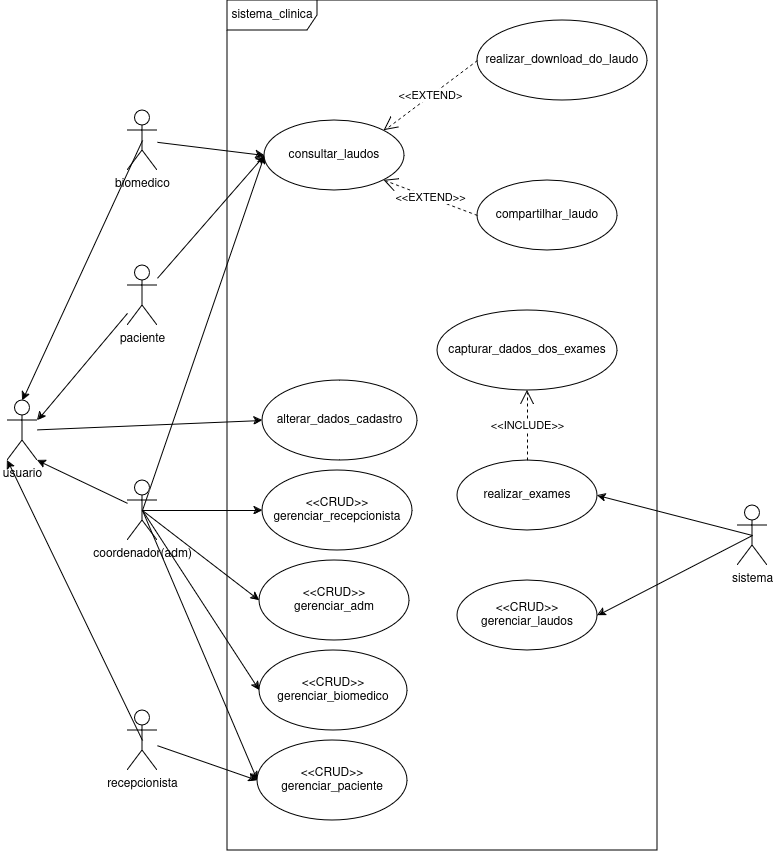
The draw.io diagram docs/img/diagramas/caso_de_uso.png in UniFil-NPI/ProjetoAnalisesClinicas, before a commit. Source tidied: cells renumbered, new cells last; positions are measured from the earlier drawing's top-left corner, leaving out a move shared by most shapes.
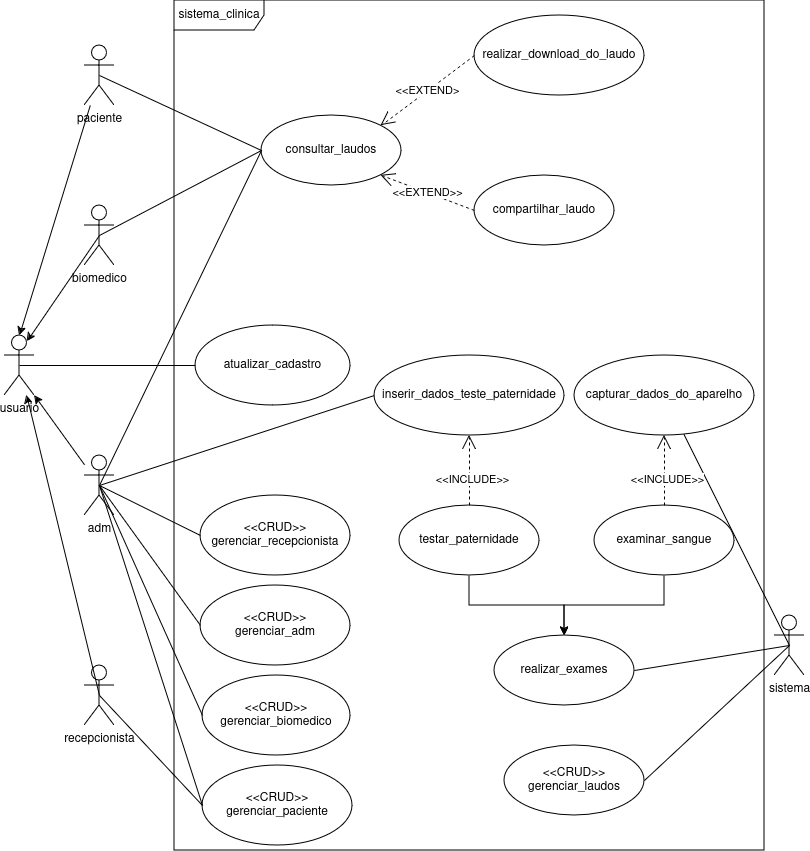
Later version of the same file.

What changed in the source:
```diff
@@ -2,74 +2,47 @@
   <root>
     <mxCell id="0" />
     <mxCell id="1" parent="0" />
-    <mxCell id="2" style="edgeStyle=none;rounded=0;jettySize=auto;html=1;entryX=0;entryY=0.5;entryDx=0;entryDy=0;" parent="1" edge="1" source="3" target="17">
-      <mxGeometry relative="1" as="geometry" />
-    </mxCell>
     <mxCell id="3" value="paciente" style="shape=umlActor;verticalLabelPosition=bottom;verticalAlign=top;html=1;labelBackgroundColor=none;shadow=0;" parent="1" vertex="1">
-      <mxGeometry x="120" y="265" width="30" height="60" as="geometry" />
+      <mxGeometry x="80" y="50" width="30" height="60" as="geometry" />
     </mxCell>
-    <mxCell id="4" style="edgeStyle=none;rounded=0;jettySize=auto;html=1;entryX=0;entryY=0.5;entryDx=0;entryDy=0;" parent="1" edge="1" source="5" target="18">
-      <mxGeometry relative="1" as="geometry" />
-    </mxCell>
     <mxCell id="5" value="recepcionista" style="shape=umlActor;verticalLabelPosition=bottom;verticalAlign=top;html=1;" parent="1" vertex="1">
-      <mxGeometry x="120" y="710" width="30" height="60" as="geometry" />
+      <mxGeometry x="80" y="670" width="30" height="60" as="geometry" />
     </mxCell>
-    <mxCell id="6" style="rounded=0;jettySize=auto;html=1;exitX=0.5;exitY=0.5;exitDx=0;exitDy=0;exitPerimeter=0;entryX=0;entryY=0.5;entryDx=0;entryDy=0;" parent="1" edge="1" source="11" target="17">
-      <mxGeometry relative="1" as="geometry" />
-    </mxCell>
-    <mxCell id="7" style="edgeStyle=none;rounded=0;jettySize=auto;html=1;exitX=0.5;exitY=0.5;exitDx=0;exitDy=0;exitPerimeter=0;entryX=0;entryY=0.5;entryDx=0;entryDy=0;" parent="1" edge="1" source="11" target="20">
-      <mxGeometry relative="1" as="geometry" />
-    </mxCell>
-    <mxCell id="8" style="edgeStyle=none;rounded=0;jettySize=auto;html=1;exitX=0.5;exitY=0.5;exitDx=0;exitDy=0;exitPerimeter=0;entryX=0;entryY=0.5;entryDx=0;entryDy=0;" parent="1" edge="1" source="11" target="27">
-      <mxGeometry relative="1" as="geometry" />
-    </mxCell>
-    <mxCell id="9" style="edgeStyle=none;rounded=0;jettySize=auto;html=1;exitX=0.5;exitY=0.5;exitDx=0;exitDy=0;exitPerimeter=0;entryX=0;entryY=0.5;entryDx=0;entryDy=0;" parent="1" edge="1" source="11" target="19">
-      <mxGeometry relative="1" as="geometry" />
-    </mxCell>
-    <mxCell id="10" style="edgeStyle=none;rounded=0;jettySize=auto;html=1;exitX=0.5;exitY=0.5;exitDx=0;exitDy=0;exitPerimeter=0;entryX=0;entryY=0.5;entryDx=0;entryDy=0;" parent="1" edge="1" source="11" target="18">
-      <mxGeometry relative="1" as="geometry" />
-    </mxCell>
+    <mxCell id="40" style="rounded=0;jettySize=auto;html=1;exitX=0.5;exitY=0.5;exitDx=0;exitDy=0;exitPerimeter=0;entryX=0;entryY=0.5;entryDx=0;entryDy=0;endArrow=none;endFill=0;" parent="1" edge="1" source="11" target="49">
+      <mxGeometry relative="1" as="geometry" />
+    </mxCell>
-    <mxCell id="11" value="coordenador(adm)" style="shape=umlActor;verticalLabelPosition=bottom;verticalAlign=top;html=1;" parent="1" vertex="1">
-      <mxGeometry x="120" y="480" width="30" height="60" as="geometry" />
+    <mxCell id="11" value="adm" style="shape=umlActor;verticalLabelPosition=bottom;verticalAlign=top;html=1;" parent="1" vertex="1">
+      <mxGeometry x="80" y="460" width="30" height="60" as="geometry" />
     </mxCell>
-    <mxCell id="12" style="edgeStyle=none;rounded=0;jettySize=auto;html=1;exitX=0.5;exitY=0.5;exitDx=0;exitDy=0;exitPerimeter=0;entryX=0.5;entryY=0;entryDx=0;entryDy=0;entryPerimeter=0;" parent="1" edge="1" source="14" target="32">
+    <mxCell id="12" style="edgeStyle=none;rounded=0;jettySize=auto;html=1;exitX=0.5;exitY=0.5;exitDx=0;exitDy=0;exitPerimeter=0;entryX=0.75;entryY=0.1;entryDx=0;entryDy=0;entryPerimeter=0;" parent="1" edge="1" source="14" target="32">
       <mxGeometry relative="1" as="geometry" />
     </mxCell>
-    <mxCell id="13" style="edgeStyle=none;rounded=0;jettySize=auto;html=1;entryX=0;entryY=0.5;entryDx=0;entryDy=0;" parent="1" edge="1" source="14" target="17">
-      <mxGeometry relative="1" as="geometry" />
-    </mxCell>
     <mxCell id="14" value="biomedico" style="shape=umlActor;verticalLabelPosition=bottom;verticalAlign=top;html=1;" parent="1" vertex="1">
-      <mxGeometry x="120" y="110" width="30" height="60" as="geometry" />
+      <mxGeometry x="80" y="210" width="30" height="60" as="geometry" />
     </mxCell>
     <mxCell id="15" value="sistema_clinica" style="shape=umlFrame;whiteSpace=wrap;html=1;width=90;height=30;" parent="1" vertex="1">
-      <mxGeometry x="220" width="430" height="850" as="geometry" />
+      <mxGeometry x="170" y="5" width="590" height="850" as="geometry" />
     </mxCell>
-    <mxCell id="16" value="alterar_dados_cadastro" style="ellipse;whiteSpace=wrap;html=1;" parent="1" vertex="1">
-      <mxGeometry x="255" y="380" width="155" height="80" as="geometry" />
+    <mxCell id="16" value="atualizar_cadastro" style="ellipse;whiteSpace=wrap;html=1;" parent="1" vertex="1">
+      <mxGeometry x="191" y="330" width="155" height="80" as="geometry" />
     </mxCell>
     <mxCell id="17" value="consultar_laudos" style="ellipse;whiteSpace=wrap;html=1;" parent="1" vertex="1">
       <mxGeometry x="257" y="120" width="140" height="70" as="geometry" />
     </mxCell>
     <mxCell id="18" value="&lt;div&gt;&amp;lt;&amp;lt;CRUD&amp;gt;&amp;gt;&lt;/div&gt;&lt;div&gt;gerenciar_paciente&lt;br&gt;&lt;/div&gt;" style="ellipse;whiteSpace=wrap;html=1;" parent="1" vertex="1">
-      <mxGeometry x="250" y="740" width="150" height="80" as="geometry" />
+      <mxGeometry x="198" y="770" width="150" height="80" as="geometry" />
     </mxCell>
     <mxCell id="19" value="&lt;div&gt;&amp;lt;&amp;lt;CRUD&amp;gt;&amp;gt;&lt;/div&gt;&lt;div&gt;gerenciar_biomedico&lt;br&gt;&lt;/div&gt;" style="ellipse;whiteSpace=wrap;html=1;" parent="1" vertex="1">
-      <mxGeometry x="252" y="650" width="148" height="80" as="geometry" />
+      <mxGeometry x="198" y="680" width="148" height="80" as="geometry" />
     </mxCell>
     <mxCell id="20" value="&lt;div&gt;&amp;lt;&amp;lt;CRUD&amp;gt;&amp;gt;&lt;/div&gt;&lt;div&gt;gerenciar_recepcionista&lt;br&gt;&lt;/div&gt;" style="ellipse;whiteSpace=wrap;html=1;" parent="1" vertex="1">
-      <mxGeometry x="255" y="470" width="150" height="80" as="geometry" />
+      <mxGeometry x="196" y="500" width="150" height="80" as="geometry" />
     </mxCell>
     <mxCell id="21" value="&amp;lt;&amp;lt;CRUD&amp;gt;&amp;gt;&lt;br&gt;gerenciar_laudos" style="ellipse;whiteSpace=wrap;html=1;" parent="1" vertex="1">
-      <mxGeometry x="450" y="580" width="140" height="70" as="geometry" />
+      <mxGeometry x="500" y="750" width="140" height="70" as="geometry" />
     </mxCell>
-    <mxCell id="22" style="edgeStyle=none;rounded=0;jettySize=auto;html=1;exitX=0.5;exitY=0.5;exitDx=0;exitDy=0;exitPerimeter=0;entryX=1;entryY=0.5;entryDx=0;entryDy=0;" parent="1" edge="1" source="24" target="21">
-      <mxGeometry relative="1" as="geometry" />
-    </mxCell>
-    <mxCell id="23" style="edgeStyle=none;rounded=0;jettySize=auto;html=1;exitX=0.5;exitY=0.5;exitDx=0;exitDy=0;exitPerimeter=0;entryX=1;entryY=0.5;entryDx=0;entryDy=0;" parent="1" edge="1" source="24" target="39">
-      <mxGeometry relative="1" as="geometry" />
-    </mxCell>
     <mxCell id="24" value="sistema" style="shape=umlActor;verticalLabelPosition=bottom;verticalAlign=top;html=1;" parent="1" vertex="1">
-      <mxGeometry x="730" y="505" width="30" height="60" as="geometry" />
+      <mxGeometry x="770" y="620" width="30" height="60" as="geometry" />
     </mxCell>
     <mxCell id="25" value="realizar_download_do_laudo" style="ellipse;whiteSpace=wrap;html=1;" parent="1" vertex="1">
       <mxGeometry x="470" y="20" width="170" height="80" as="geometry" />
@@ -78,28 +51,25 @@
       <mxGeometry x="470" y="180" width="140" height="70" as="geometry" />
     </mxCell>
     <mxCell id="27" value="&lt;div&gt;&amp;lt;&amp;lt;CRUD&amp;gt;&amp;gt;&lt;/div&gt;&lt;div&gt;gerenciar_adm&lt;br&gt;&lt;/div&gt;" style="ellipse;whiteSpace=wrap;html=1;" parent="1" vertex="1">
-      <mxGeometry x="252" y="560" width="150" height="80" as="geometry" />
+      <mxGeometry x="196" y="590" width="150" height="80" as="geometry" />
     </mxCell>
-    <mxCell id="28" value="&lt;div&gt;capturar_dados_dos_exames&lt;/div&gt;" style="ellipse;whiteSpace=wrap;html=1;" parent="1" vertex="1">
-      <mxGeometry x="430" y="310" width="180" height="80" as="geometry" />
+    <mxCell id="28" value="&lt;div&gt;capturar_dados_do_aparelho&lt;/div&gt;" style="ellipse;whiteSpace=wrap;html=1;" parent="1" vertex="1">
+      <mxGeometry x="570" y="360" width="180" height="80" as="geometry" />
     </mxCell>
     <mxCell id="29" style="edgeStyle=none;rounded=0;orthogonalLoop=1;jettySize=auto;html=1;exitX=0;exitY=1;exitDx=0;exitDy=0;" parent="1" edge="1">
       <mxGeometry relative="1" as="geometry">
-        <mxPoint x="510.5" y="559.7" as="sourcePoint" />
-        <mxPoint x="510" y="559.5" as="targetPoint" />
+        <mxPoint x="510.5" y="599.7" as="sourcePoint" />
+        <mxPoint x="510" y="599.5" as="targetPoint" />
       </mxGeometry>
     </mxCell>
     <mxCell id="30" style="edgeStyle=none;rounded=0;orthogonalLoop=1;jettySize=auto;html=1;exitX=0;exitY=1;exitDx=0;exitDy=0;" parent="1" edge="1">
       <mxGeometry relative="1" as="geometry">
-        <mxPoint x="510.5" y="559.7" as="sourcePoint" />
-        <mxPoint x="510" y="559.5" as="targetPoint" />
+        <mxPoint x="510.5" y="599.7" as="sourcePoint" />
+        <mxPoint x="510" y="599.5" as="targetPoint" />
       </mxGeometry>
     </mxCell>
-    <mxCell id="31" style="edgeStyle=none;rounded=0;jettySize=auto;html=1;entryX=0;entryY=0.5;entryDx=0;entryDy=0;" parent="1" edge="1" source="32" target="16">
-      <mxGeometry relative="1" as="geometry" />
-    </mxCell>
     <mxCell id="32" value="usuario" style="shape=umlActor;verticalLabelPosition=bottom;verticalAlign=top;html=1;" parent="1" vertex="1">
-      <mxGeometry y="400" width="30" height="60" as="geometry" />
+      <mxGeometry y="340" width="30" height="60" as="geometry" />
     </mxCell>
     <mxCell id="33" value="&amp;lt;&amp;lt;EXTEND&amp;gt;" style="endArrow=open;endSize=12;dashed=1;html=1;rounded=0;exitX=0;exitY=0.5;exitDx=0;exitDy=0;entryX=1;entryY=0;entryDx=0;entryDy=0;" parent="1" edge="1" source="25" target="17">
       <mxGeometry relative="1" as="geometry" />
@@ -107,20 +77,80 @@
     <mxCell id="34" value="&amp;lt;&amp;lt;EXTEND&amp;gt;&amp;gt;" style="endArrow=open;endSize=12;dashed=1;html=1;rounded=0;exitX=0;exitY=0.5;exitDx=0;exitDy=0;entryX=1;entryY=1;entryDx=0;entryDy=0;" parent="1" edge="1" source="26" target="17">
       <mxGeometry relative="1" as="geometry" />
     </mxCell>
-    <mxCell id="35" value="&amp;lt;&amp;lt;INCLUDE&amp;gt;&amp;gt;" style="endArrow=open;endSize=12;dashed=1;html=1;rounded=0;exitX=0.5;exitY=0;exitDx=0;exitDy=0;entryX=0.5;entryY=1;entryDx=0;entryDy=0;" parent="1" edge="1" source="39" target="28">
-      <mxGeometry relative="1" as="geometry" />
-    </mxCell>
     <mxCell id="36" style="edgeStyle=none;rounded=0;jettySize=auto;html=1;entryX=1;entryY=1;entryDx=0;entryDy=0;entryPerimeter=0;" parent="1" edge="1" source="11" target="32">
       <mxGeometry relative="1" as="geometry" />
     </mxCell>
-    <mxCell id="37" style="edgeStyle=none;rounded=0;jettySize=auto;html=1;entryX=1;entryY=0.3333333333333333;entryDx=0;entryDy=0;entryPerimeter=0;" parent="1" edge="1" source="3" target="32">
+    <mxCell id="37" style="edgeStyle=none;rounded=0;jettySize=auto;html=1;entryX=0.5;entryY=0;entryDx=0;entryDy=0;entryPerimeter=0;" parent="1" edge="1" source="3" target="32">
       <mxGeometry relative="1" as="geometry" />
     </mxCell>
-    <mxCell id="38" style="edgeStyle=none;rounded=0;jettySize=auto;html=1;exitX=0.5;exitY=0.5;exitDx=0;exitDy=0;exitPerimeter=0;entryX=0;entryY=1;entryDx=0;entryDy=0;entryPerimeter=0;" parent="1" edge="1" source="5" target="32">
+    <mxCell id="38" style="edgeStyle=none;rounded=0;jettySize=auto;html=1;exitX=0.5;exitY=0.5;exitDx=0;exitDy=0;exitPerimeter=0;" parent="1" edge="1" source="5" target="32">
       <mxGeometry relative="1" as="geometry" />
     </mxCell>
     <mxCell id="39" value="realizar_exames" style="ellipse;whiteSpace=wrap;html=1;" parent="1" vertex="1">
-      <mxGeometry x="450" y="460" width="140" height="70" as="geometry" />
+      <mxGeometry x="490" y="640" width="140" height="70" as="geometry" />
     </mxCell>
+    <mxCell id="7" style="endArrow=none;html=1;rounded=0;exitX=0.5;exitY=0.5;exitDx=0;exitDy=0;exitPerimeter=0;entryX=0;entryY=0.5;entryDx=0;entryDy=0;" parent="1" edge="1" source="11" target="20">
+      <mxGeometry relative="1" as="geometry" />
+    </mxCell>
+    <mxCell id="4" style="endArrow=none;html=1;rounded=0;exitX=0.5;exitY=0.5;exitDx=0;exitDy=0;exitPerimeter=0;entryX=0;entryY=0.5;entryDx=0;entryDy=0;" parent="1" edge="1" source="5" target="18">
+      <mxGeometry relative="1" as="geometry" />
+    </mxCell>
+    <mxCell id="8" style="endArrow=none;html=1;rounded=0;exitX=0.5;exitY=0.5;exitDx=0;exitDy=0;exitPerimeter=0;entryX=0;entryY=0.5;entryDx=0;entryDy=0;" parent="1" edge="1" source="11" target="27">
+      <mxGeometry relative="1" as="geometry" />
+    </mxCell>
+    <mxCell id="9" style="endArrow=none;html=1;rounded=0;exitX=0.5;exitY=0.5;exitDx=0;exitDy=0;exitPerimeter=0;entryX=0;entryY=0.5;entryDx=0;entryDy=0;" parent="1" edge="1" source="11" target="19">
+      <mxGeometry relative="1" as="geometry" />
+    </mxCell>
+    <mxCell id="10" style="endArrow=none;html=1;rounded=0;exitX=0.5;exitY=0.5;exitDx=0;exitDy=0;exitPerimeter=0;entryX=0;entryY=0.5;entryDx=0;entryDy=0;" parent="1" edge="1" source="11" target="18">
+      <mxGeometry relative="1" as="geometry" />
+    </mxCell>
+    <mxCell id="41" style="endArrow=none;html=1;rounded=0;entryX=0.5;entryY=0.5;entryDx=0;entryDy=0;entryPerimeter=0;exitX=1;exitY=0.5;exitDx=0;exitDy=0;" parent="1" edge="1" source="39" target="24">
+      <mxGeometry relative="1" as="geometry" />
+    </mxCell>
+    <mxCell id="42" style="endArrow=none;html=1;rounded=0;entryX=0.5;entryY=0.5;entryDx=0;entryDy=0;entryPerimeter=0;exitX=1;exitY=0.5;exitDx=0;exitDy=0;" parent="1" edge="1" source="21" target="24">
+      <mxGeometry relative="1" as="geometry" />
+    </mxCell>
+    <mxCell id="13" style="endArrow=none;html=1;rounded=0;exitX=0.5;exitY=0.5;exitDx=0;exitDy=0;exitPerimeter=0;entryX=0;entryY=0.5;entryDx=0;entryDy=0;" parent="1" edge="1" source="14" target="17">
+      <mxGeometry relative="1" as="geometry" />
+    </mxCell>
+    <mxCell id="2" style="endArrow=none;html=1;rounded=0;exitX=0.5;exitY=0.5;exitDx=0;exitDy=0;exitPerimeter=0;entryX=0;entryY=0.5;entryDx=0;entryDy=0;" parent="1" edge="1" source="3" target="17">
+      <mxGeometry relative="1" as="geometry" />
+    </mxCell>
+    <mxCell id="6" style="endArrow=none;html=1;rounded=0;exitX=0.5;exitY=0.5;exitDx=0;exitDy=0;exitPerimeter=0;entryX=0;entryY=0.5;entryDx=0;entryDy=0;" parent="1" edge="1" source="11" target="17">
+      <mxGeometry relative="1" as="geometry" />
+    </mxCell>
+    <mxCell id="31" style="endArrow=none;html=1;rounded=0;exitX=0.5;exitY=0.5;exitDx=0;exitDy=0;exitPerimeter=0;entryX=0;entryY=0.5;entryDx=0;entryDy=0;" parent="1" edge="1" source="32" target="16">
+      <mxGeometry relative="1" as="geometry" />
+    </mxCell>
+    <mxCell id="43" style="edgeStyle=orthogonalEdgeStyle;rounded=0;jettySize=auto;html=1;exitX=0.5;exitY=1;exitDx=0;exitDy=0;" parent="1" edge="1" source="44" target="39">
+      <mxGeometry relative="1" as="geometry" />
+    </mxCell>
+    <mxCell id="44" value="examinar_sangue" style="ellipse;whiteSpace=wrap;html=1;" parent="1" vertex="1">
+      <mxGeometry x="590" y="510" width="140" height="70" as="geometry" />
+    </mxCell>
+    <mxCell id="45" style="edgeStyle=orthogonalEdgeStyle;rounded=0;jettySize=auto;html=1;exitX=0.5;exitY=1;exitDx=0;exitDy=0;entryX=0.5;entryY=0;entryDx=0;entryDy=0;" parent="1" edge="1" source="48" target="39">
+      <mxGeometry relative="1" as="geometry" />
+    </mxCell>
+    <mxCell id="46" style="edgeStyle=orthogonalEdgeStyle;rounded=0;jettySize=auto;html=1;exitX=0.5;exitY=0;exitDx=0;exitDy=0;entryX=0.5;entryY=1;entryDx=0;entryDy=0;dashed=1;endArrow=open;endFill=0;endSize=12;" parent="1" edge="1" source="48" target="49">
+      <mxGeometry relative="1" as="geometry" />
+    </mxCell>
+    <mxCell id="47" value="&amp;lt;&amp;lt;INCLUDE&amp;gt;&amp;gt;" style="edgeLabel;html=1;align=center;verticalAlign=middle;" parent="46" vertex="1">
+      <mxGeometry x="-0.24" y="-2" relative="1" as="geometry" />
+    </mxCell>
+    <mxCell id="48" value="testar_paternidade" style="ellipse;whiteSpace=wrap;html=1;" parent="1" vertex="1">
+      <mxGeometry x="395" y="510" width="140" height="70" as="geometry" />
+    </mxCell>
+    <mxCell id="49" value="&lt;div align=&quot;center&quot;&gt;inserir_dados_teste_paternidade&lt;/div&gt;" style="ellipse;whiteSpace=wrap;html=1;align=center;" parent="1" vertex="1">
+      <mxGeometry x="370" y="360" width="190" height="80" as="geometry" />
+    </mxCell>
+    <mxCell id="50" style="rounded=0;jettySize=auto;html=1;exitX=0.5;exitY=0.5;exitDx=0;exitDy=0;exitPerimeter=0;endArrow=none;endFill=0;endSize=0;startSize=0;" parent="1" edge="1" source="24" target="28">
+      <mxGeometry relative="1" as="geometry" />
+    </mxCell>
+    <mxCell id="51" style="edgeStyle=orthogonalEdgeStyle;rounded=0;jettySize=auto;html=1;entryX=0.5;entryY=1;entryDx=0;entryDy=0;dashed=1;endArrow=open;endFill=0;endSize=12;exitX=0.5;exitY=0;exitDx=0;exitDy=0;" parent="1" edge="1" source="44" target="28">
+      <mxGeometry relative="1" as="geometry" />
+    </mxCell>
+    <mxCell id="52" value="&amp;lt;&amp;lt;INCLUDE&amp;gt;&amp;gt;" style="edgeLabel;html=1;align=center;verticalAlign=middle;" parent="51" vertex="1">
+      <mxGeometry x="-0.24" y="-2" relative="1" as="geometry" />
+    </mxCell>
   </root>
 </mxGraphModel>
```
